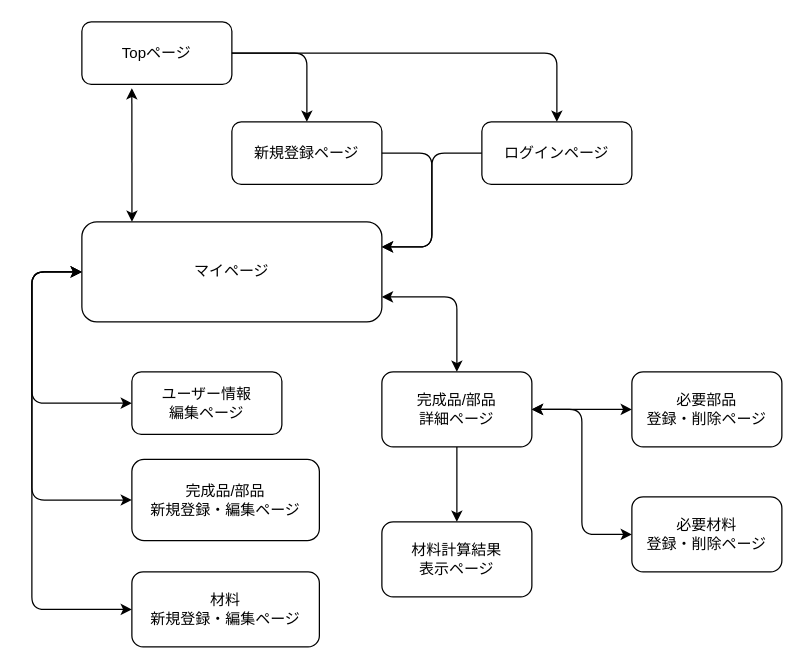
orange-soba/material_control keeps this draw.io diagram as ScreenFlowDiagram.drawio. Above is the earlier version. Source tidied: cells renumbered, new cells numbered last; positions are measured from the earlier drawing's top-left corner, leaving out a move shared by most shapes. Both pictures are drawn from the tidied source at 125%, with x=0, y=0 at pixel (31, 21).
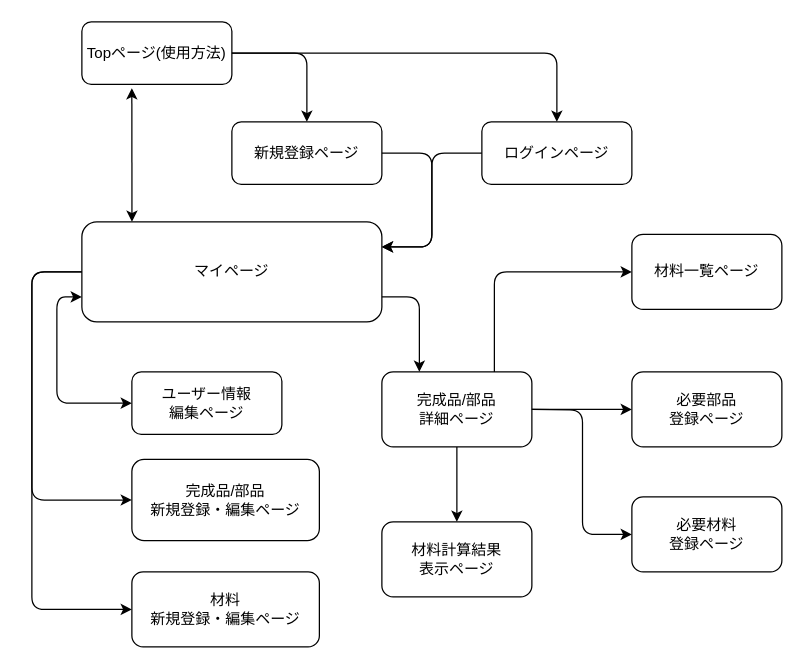
The same page after the edit.

Commit message (it also covers changes not shown here):
READMEの更新及び画面遷移図の更新

Unchanged cells that the change refers to:
```xml
<mxCell id="2" value="マイページ" style="rounded=1;whiteSpace=wrap;html=1;" parent="1" vertex="1">
  <mxGeometry x="40" y="160" width="240" height="80" as="geometry" />
</mxCell>
<mxCell id="11" value="ユーザー情報&lt;br&gt;編集ページ" style="rounded=1;whiteSpace=wrap;html=1;" parent="1" vertex="1">
  <mxGeometry x="80" y="280" width="120" height="50" as="geometry" />
</mxCell>
<mxCell id="13" value="完成品/部品&lt;br&gt;新規登録・編集ページ" style="rounded=1;whiteSpace=wrap;html=1;" parent="1" vertex="1">
  <mxGeometry x="80" y="350" width="150" height="65" as="geometry" />
</mxCell>
<mxCell id="14" value="材料&lt;br&gt;新規登録・編集ページ" style="rounded=1;whiteSpace=wrap;html=1;" parent="1" vertex="1">
  <mxGeometry x="80" y="440" width="150" height="60" as="geometry" />
</mxCell>
<mxCell id="16" value="完成品/部品&lt;br&gt;詳細ページ" style="rounded=1;whiteSpace=wrap;html=1;" parent="1" vertex="1">
  <mxGeometry x="280" y="280" width="120" height="60" as="geometry" />
</mxCell>
```

What changed in the source:
```diff
@@
-    <mxCell id="5" value="Topページ" style="rounded=1;whiteSpace=wrap;html=1;" parent="1" vertex="1">
+    <mxCell id="5" value="Topページ(使用方法)" style="rounded=1;whiteSpace=wrap;html=1;" parent="1" vertex="1">
       <mxGeometry x="40" width="120" height="50" as="geometry" />
     </mxCell>
@@
     <mxCell id="12" style="endArrow=classic;startArrow=classic;html=1;entryX=0;entryY=0.5;entryDx=0;entryDy=0;edgeStyle=orthogonalEdgeStyle;" parent="1" edge="1" target="11">
       <mxGeometry relative="1" as="geometry">
-        <mxPoint x="40" y="200" as="sourcePoint" />
+        <mxPoint x="40" y="220" as="sourcePoint" />
         <Array as="points">
-          <mxPoint y="200" />
-          <mxPoint y="305" />
+          <mxPoint x="20" y="220" />
+          <mxPoint x="20" y="305" />
         </Array>
       </mxGeometry>
     </mxCell>
@@
-    <mxCell id="15" style="endArrow=classic;startArrow=classic;html=1;entryX=0;entryY=0.5;entryDx=0;entryDy=0;edgeStyle=orthogonalEdgeStyle;exitX=0;exitY=0.5;exitDx=0;exitDy=0;" parent="1" edge="1" source="2" target="14">
-      <mxGeometry relative="1" as="geometry">
-        <Array as="points">
-          <mxPoint y="200" />
-          <mxPoint y="470" />
-        </Array>
-      </mxGeometry>
-    </mxCell>
@@
-    <mxCell id="17" style="endArrow=classic;startArrow=classic;html=1;exitX=0;exitY=0.5;exitDx=0;exitDy=0;entryX=0;entryY=0.5;entryDx=0;entryDy=0;edgeStyle=orthogonalEdgeStyle;" parent="1" edge="1" source="2" target="13">
-      <mxGeometry relative="1" as="geometry">
-        <Array as="points">
-          <mxPoint y="200" />
-          <mxPoint y="383" />
-        </Array>
-      </mxGeometry>
-    </mxCell>
-    <mxCell id="18" value="必要部品&lt;br&gt;登録・削除ページ" style="rounded=1;whiteSpace=wrap;html=1;" parent="1" vertex="1">
+    <mxCell id="18" value="必要部品&lt;br&gt;登録ページ" style="rounded=1;whiteSpace=wrap;html=1;" parent="1" vertex="1">
       <mxGeometry x="480" y="280" width="120" height="60" as="geometry" />
     </mxCell>
-    <mxCell id="19" value="必要材料&lt;br&gt;登録・削除ページ" style="rounded=1;whiteSpace=wrap;html=1;" parent="1" vertex="1">
+    <mxCell id="19" value="必要材料&lt;br&gt;登録ページ" style="rounded=1;whiteSpace=wrap;html=1;" parent="1" vertex="1">
       <mxGeometry x="480" y="380" width="120" height="60" as="geometry" />
     </mxCell>
+    <mxCell id="23" value="材料計算結果&lt;br&gt;表示ページ" style="rounded=1;whiteSpace=wrap;html=1;" parent="1" vertex="1">
+      <mxGeometry x="280" y="400" width="120" height="60" as="geometry" />
+    </mxCell>
+    <mxCell id="24" style="endArrow=classic;html=1;entryX=0.5;entryY=0;entryDx=0;entryDy=0;exitX=0.5;exitY=1;exitDx=0;exitDy=0;" parent="1" edge="1" source="16" target="23">
+      <mxGeometry relative="1" as="geometry" />
+    </mxCell>
+    <mxCell id="17" style="endArrow=classic;html=1;entryX=0;entryY=0.5;entryDx=0;entryDy=0;exitX=0;exitY=0.5;exitDx=0;exitDy=0;edgeStyle=orthogonalEdgeStyle;" parent="1" edge="1" source="2" target="13">
+      <mxGeometry relative="1" as="geometry">
+        <Array as="points">
+          <mxPoint y="200" />
+          <mxPoint y="383" />
+        </Array>
+      </mxGeometry>
+    </mxCell>
+    <mxCell id="15" style="endArrow=classic;html=1;exitX=0;exitY=0.5;exitDx=0;exitDy=0;entryX=0;entryY=0.5;entryDx=0;entryDy=0;edgeStyle=orthogonalEdgeStyle;" parent="1" edge="1" source="2" target="14">
+      <mxGeometry relative="1" as="geometry">
+        <Array as="points">
+          <mxPoint y="200" />
+          <mxPoint y="470" />
+        </Array>
+      </mxGeometry>
+    </mxCell>
-    <mxCell id="20" style="endArrow=classic;startArrow=classic;html=1;exitX=1;exitY=0.75;exitDx=0;exitDy=0;entryX=0.5;entryY=0;entryDx=0;entryDy=0;edgeStyle=orthogonalEdgeStyle;" parent="1" edge="1" source="2" target="16">
-      <mxGeometry relative="1" as="geometry" />
+    <mxCell id="20" style="endArrow=classic;html=1;exitX=1;exitY=0.75;exitDx=0;exitDy=0;entryX=0.25;entryY=0;entryDx=0;entryDy=0;edgeStyle=orthogonalEdgeStyle;" parent="1" edge="1" source="2" target="16">
+      <mxGeometry relative="1" as="geometry">
+        <Array as="points">
+          <mxPoint x="310" y="220" />
+        </Array>
+      </mxGeometry>
     </mxCell>
-    <mxCell id="21" style="endArrow=classic;startArrow=classic;html=1;entryX=0;entryY=0.5;entryDx=0;entryDy=0;exitX=1;exitY=0.5;exitDx=0;exitDy=0;" parent="1" edge="1" source="16" target="18">
+    <mxCell id="21" style="endArrow=classic;html=1;entryX=0;entryY=0.5;entryDx=0;entryDy=0;exitX=1;exitY=0.5;exitDx=0;exitDy=0;" parent="1" edge="1" source="16" target="18">
       <mxGeometry relative="1" as="geometry" />
     </mxCell>
-    <mxCell id="22" style="endArrow=classic;startArrow=classic;html=1;entryX=0;entryY=0.5;entryDx=0;entryDy=0;exitX=1;exitY=0.5;exitDx=0;exitDy=0;edgeStyle=orthogonalEdgeStyle;" parent="1" edge="1" source="16" target="19">
-      <mxGeometry relative="1" as="geometry" />
-    </mxCell>
-    <mxCell id="23" value="材料計算結果&lt;br&gt;表示ページ" style="rounded=1;whiteSpace=wrap;html=1;" parent="1" vertex="1">
-      <mxGeometry x="280" y="400" width="120" height="60" as="geometry" />
-    </mxCell>
-    <mxCell id="24" style="endArrow=classic;html=1;entryX=0.5;entryY=0;entryDx=0;entryDy=0;exitX=0.5;exitY=1;exitDx=0;exitDy=0;" parent="1" edge="1" source="16" target="23">
-      <mxGeometry relative="1" as="geometry" />
-    </mxCell>
+    <mxCell id="25" style="endArrow=classic;html=1;entryX=0;entryY=0.5;entryDx=0;entryDy=0;edgeStyle=orthogonalEdgeStyle;" parent="1" edge="1" target="19">
+      <mxGeometry relative="1" as="geometry">
+        <mxPoint x="400" y="310" as="sourcePoint" />
+      </mxGeometry>
+    </mxCell>
+    <mxCell id="26" value="材料一覧ページ" style="rounded=1;whiteSpace=wrap;html=1;" parent="1" vertex="1">
+      <mxGeometry x="480" y="170" width="120" height="60" as="geometry" />
+    </mxCell>
+    <mxCell id="27" style="endArrow=classic;html=1;exitX=0.75;exitY=0;exitDx=0;exitDy=0;entryX=0;entryY=0.5;entryDx=0;entryDy=0;edgeStyle=orthogonalEdgeStyle;" parent="1" edge="1" source="16" target="26">
+      <mxGeometry relative="1" as="geometry" />
+    </mxCell>
```
